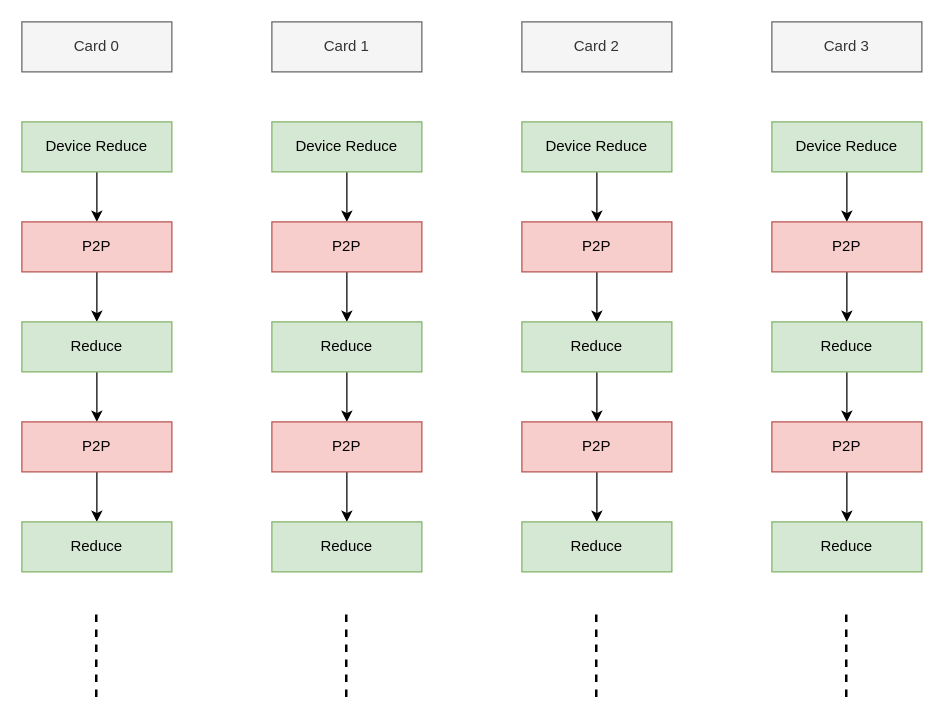
Earlier version of the draw.io diagram TCCL/Ring_device_allreduce.drawio (BEYHHH/SBLP). Source tidied: cells renumbered, new cells numbered last; positions are measured from the earlier drawing's top-left corner, leaving out a move shared by most shapes. Both pictures are drawn from the tidied source at 125%, with x=0, y=0 at pixel (21, 21).
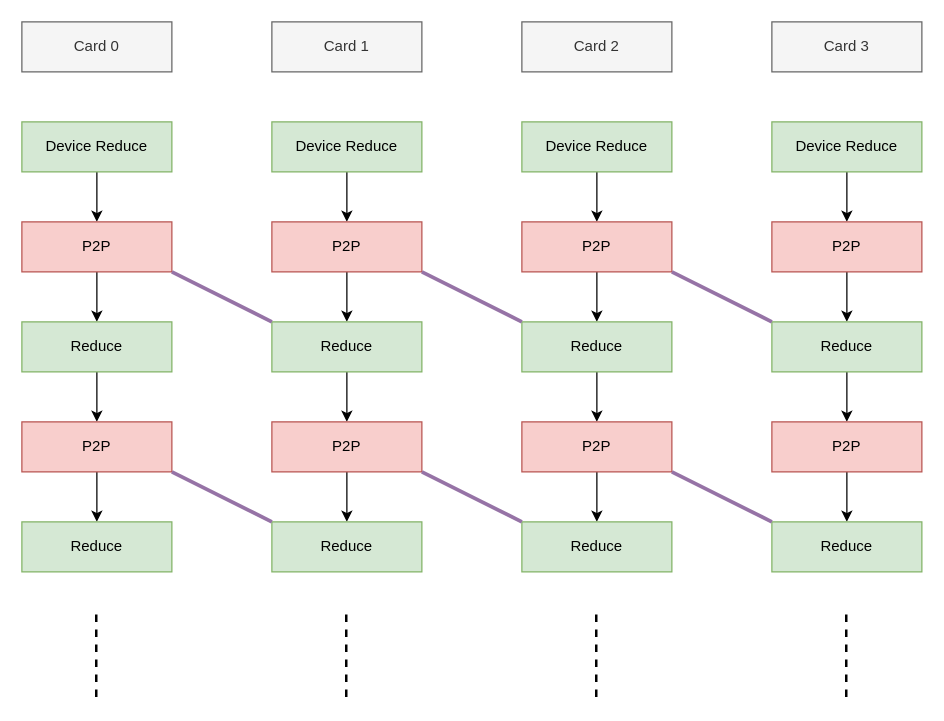
The same page after the edit.

The change refers to these unchanged cells:
```xml
<mxCell id="5" value="P2P" style="rounded=0;whiteSpace=wrap;html=1;fillColor=#f8cecc;strokeColor=#b85450;" parent="1" vertex="1">
  <mxGeometry y="160" width="120" height="40" as="geometry" />
</mxCell>
<mxCell id="9" value="P2P" style="rounded=0;whiteSpace=wrap;html=1;fillColor=#f8cecc;strokeColor=#b85450;" parent="1" vertex="1">
  <mxGeometry y="320" width="120" height="40" as="geometry" />
</mxCell>
<mxCell id="16" value="Reduce" style="rounded=0;whiteSpace=wrap;html=1;fillColor=#d5e8d4;strokeColor=#82b366;" parent="1" vertex="1">
  <mxGeometry x="200" y="240" width="120" height="40" as="geometry" />
</mxCell>
<mxCell id="19" value="Reduce" style="rounded=0;whiteSpace=wrap;html=1;fillColor=#d5e8d4;strokeColor=#82b366;" parent="1" vertex="1">
  <mxGeometry x="200" y="400" width="120" height="40" as="geometry" />
</mxCell>
```

What changed in the source:
```diff
@@
+    <mxCell id="46" style="endArrow=none;html=1;rounded=0;exitX=1;exitY=1;exitDx=0;exitDy=0;entryX=0;entryY=0;entryDx=0;entryDy=0;fillColor=#e1d5e7;strokeColor=#9673a6;strokeWidth=3;" parent="1" edge="1" source="5" target="16">
+      <mxGeometry relative="1" as="geometry" />
+    </mxCell>
+    <mxCell id="47" style="endArrow=none;html=1;rounded=0;exitX=1;exitY=1;exitDx=0;exitDy=0;entryX=0;entryY=0;entryDx=0;entryDy=0;fillColor=#e1d5e7;strokeColor=#9673a6;strokeWidth=3;" parent="1" edge="1" source="9" target="19">
+      <mxGeometry relative="1" as="geometry" />
+    </mxCell>
+    <mxCell id="48" style="endArrow=none;html=1;rounded=0;exitX=1;exitY=1;exitDx=0;exitDy=0;entryX=0;entryY=0;entryDx=0;entryDy=0;fillColor=#e1d5e7;strokeColor=#9673a6;strokeWidth=3;" parent="1" edge="1">
+      <mxGeometry relative="1" as="geometry">
+        <mxPoint x="320" y="200" as="sourcePoint" />
+        <mxPoint x="400" y="240" as="targetPoint" />
+      </mxGeometry>
+    </mxCell>
+    <mxCell id="49" style="endArrow=none;html=1;rounded=0;exitX=1;exitY=1;exitDx=0;exitDy=0;entryX=0;entryY=0;entryDx=0;entryDy=0;fillColor=#e1d5e7;strokeColor=#9673a6;strokeWidth=3;" parent="1" edge="1">
+      <mxGeometry relative="1" as="geometry">
+        <mxPoint x="520" y="200" as="sourcePoint" />
+        <mxPoint x="600" y="240" as="targetPoint" />
+      </mxGeometry>
+    </mxCell>
+    <mxCell id="50" style="endArrow=none;html=1;rounded=0;exitX=1;exitY=1;exitDx=0;exitDy=0;entryX=0;entryY=0;entryDx=0;entryDy=0;fillColor=#e1d5e7;strokeColor=#9673a6;strokeWidth=3;" parent="1" edge="1">
+      <mxGeometry relative="1" as="geometry">
+        <mxPoint x="320" y="360" as="sourcePoint" />
+        <mxPoint x="400" y="400" as="targetPoint" />
+      </mxGeometry>
+    </mxCell>
+    <mxCell id="51" style="endArrow=none;html=1;rounded=0;exitX=1;exitY=1;exitDx=0;exitDy=0;entryX=0;entryY=0;entryDx=0;entryDy=0;fillColor=#e1d5e7;strokeColor=#9673a6;strokeWidth=3;" parent="1" edge="1">
+      <mxGeometry relative="1" as="geometry">
+        <mxPoint x="520" y="360" as="sourcePoint" />
+        <mxPoint x="600" y="400" as="targetPoint" />
+      </mxGeometry>
+    </mxCell>
```
